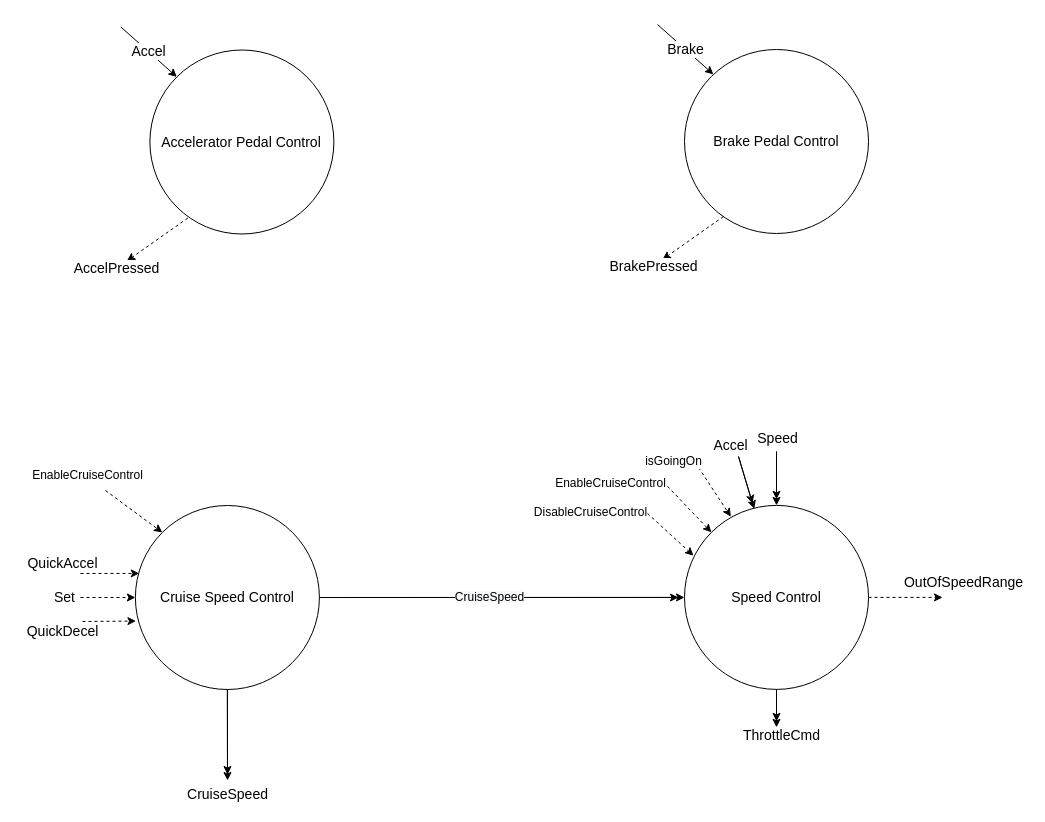
Above: Diagrams/driving_control_refinement.drawio in jacoballen4534/Cruise-Controller (draw.io), before the change. Source tidied: cells renumbered, new cells numbered last; positions are measured from the earlier drawing's top-left corner, leaving out a move shared by most shapes. Both pictures are drawn from the tidied source at 100%, with x=0, y=0 at pixel (80, 24).
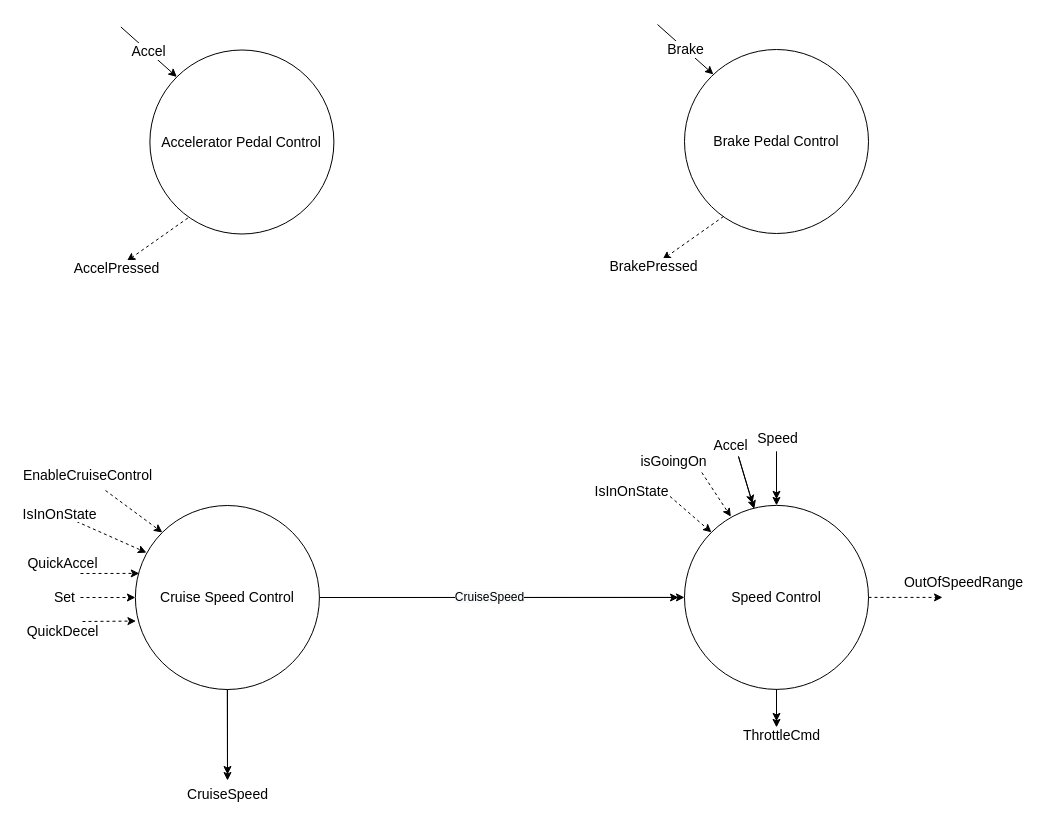
Above is the later version.

Commit message (it also covers changes not shown here):
Add isInOnState signal to pause the speed controll and cruise speed controll when in standy, disable and off states

Unchanged cells that the change refers to:
```xml
<mxCell id="4" value="Speed Control" style="ellipse;whiteSpace=wrap;html=1;fontSize=14;" parent="1" vertex="1">
  <mxGeometry x="604" y="480.9" width="184" height="184" as="geometry" />
</mxCell>
<mxCell id="5" value="Cruise Speed Control" style="ellipse;whiteSpace=wrap;html=1;fontSize=14;" parent="1" vertex="1">
  <mxGeometry x="54.9" y="481" width="184" height="184" as="geometry" />
</mxCell>
<mxCell id="32" style="endArrow=classic;html=1;strokeColor=#000000;fontSize=14;entryX=0;entryY=0;entryDx=0;entryDy=0;dashed=1;" parent="1" edge="1" target="5">
  <mxGeometry relative="1" as="geometry">
    <mxPoint x="25" y="466" as="sourcePoint" />
  </mxGeometry>
</mxCell>
<mxCell id="39" style="endArrow=classic;html=1;entryX=0.252;entryY=0.061;entryDx=0;entryDy=0;entryPerimeter=0;dashed=1;" parent="1" edge="1" target="4">
  <mxGeometry relative="1" as="geometry">
    <mxPoint x="618" y="443" as="sourcePoint" />
  </mxGeometry>
</mxCell>
```

What changed in the source:
```diff
@@
-    <mxCell id="27" style="endArrow=classic;html=1;strokeColor=#000000;fontSize=14;entryX=0;entryY=0;entryDx=0;entryDy=0;dashed=1;" parent="1" edge="1" target="4">
-      <mxGeometry relative="1" as="geometry">
-        <mxPoint x="587" y="461.8" as="sourcePoint" />
-      </mxGeometry>
-    </mxCell>
-    <mxCell id="28" value="&lt;font style=&quot;font-size: 12px&quot;&gt;&lt;font&gt;Enable&lt;/font&gt;CruiseControl&lt;/font&gt;" style="edgeLabel;html=1;align=center;verticalAlign=middle;" parent="27" vertex="1">
-      <mxGeometry x="-0.71" y="3" relative="1" as="geometry">
-        <mxPoint x="-65.4" y="-7.3" as="offset" />
-      </mxGeometry>
-    </mxCell>
@@
-    <mxCell id="33" value="&lt;font style=&quot;font-size: 12px&quot;&gt;&lt;font&gt;Enable&lt;/font&gt;CruiseControl&lt;/font&gt;" style="edgeLabel;html=1;align=center;verticalAlign=middle;" parent="32" vertex="1">
+    <mxCell id="33" value="&lt;font style=&quot;font-size: 14px&quot;&gt;&lt;font style=&quot;font-size: 14px&quot;&gt;Enable&lt;/font&gt;CruiseControl&lt;/font&gt;" style="edgeLabel;html=1;align=center;verticalAlign=middle;" parent="32" vertex="1">
       <mxGeometry x="-0.56" y="1" relative="1" as="geometry">
         <mxPoint x="-32.4" y="-23.7" as="offset" />
       </mxGeometry>
     </mxCell>
@@
-    <mxCell id="37" style="endArrow=classic;html=1;entryX=0.049;entryY=0.273;entryDx=0;entryDy=0;entryPerimeter=0;dashed=1;" parent="1" edge="1" target="4">
-      <mxGeometry relative="1" as="geometry">
-        <mxPoint x="567" y="488.9" as="sourcePoint" />
-      </mxGeometry>
-    </mxCell>
-    <mxCell id="38" value="&lt;font style=&quot;font-size: 12px&quot;&gt;DisableCruiseControl&lt;/font&gt;" style="edgeLabel;html=1;align=center;verticalAlign=middle;" parent="37" vertex="1">
-      <mxGeometry x="-0.21" relative="1" as="geometry">
-        <mxPoint x="-76.2" y="-18.5" as="offset" />
-      </mxGeometry>
-    </mxCell>
@@
-    <mxCell id="40" value="&lt;font style=&quot;font-size: 12px&quot;&gt;isGoingOn&lt;/font&gt;" style="edgeLabel;html=1;align=center;verticalAlign=middle;" parent="39" vertex="1">
+    <mxCell id="40" value="&lt;font style=&quot;font-size: 14px&quot;&gt;isGoingOn&lt;/font&gt;" style="edgeLabel;html=1;align=center;verticalAlign=middle;" parent="39" vertex="1">
       <mxGeometry x="-0.83" y="1" relative="1" as="geometry">
         <mxPoint x="-29.5" y="-10.5" as="offset" />
       </mxGeometry>
     </mxCell>
+    <mxCell id="41" style="endArrow=classic;html=1;entryX=0.06;entryY=0.256;entryDx=0;entryDy=0;entryPerimeter=0;dashed=1;" parent="1" edge="1" target="5">
+      <mxGeometry relative="1" as="geometry">
+        <mxPoint x="-4" y="497" as="sourcePoint" />
+      </mxGeometry>
+    </mxCell>
+    <mxCell id="42" value="&lt;span style=&quot;background-color: rgb(255 , 255 , 255)&quot;&gt;&lt;font style=&quot;font-size: 14px&quot;&gt;IsInOnState&lt;/font&gt;&lt;/span&gt;" style="text;html=1;align=center;verticalAlign=middle;" parent="1" vertex="1">
+      <mxGeometry x="-63" y="480" width="84" height="20" as="geometry" />
+    </mxCell>
+    <mxCell id="43" style="endArrow=classic;html=1;dashed=1;entryX=0;entryY=0;entryDx=0;entryDy=0;" parent="1" edge="1" target="4">
+      <mxGeometry relative="1" as="geometry">
+        <mxPoint x="585" y="468" as="sourcePoint" />
+      </mxGeometry>
+    </mxCell>
+    <mxCell id="44" value="&lt;font style=&quot;font-size: 14px&quot;&gt;IsInOnState&lt;/font&gt;" style="edgeLabel;html=1;align=center;verticalAlign=middle;" parent="43" vertex="1">
+      <mxGeometry x="-0.62" relative="1" as="geometry">
+        <mxPoint x="-43.5" y="-9.1" as="offset" />
+      </mxGeometry>
+    </mxCell>
```
